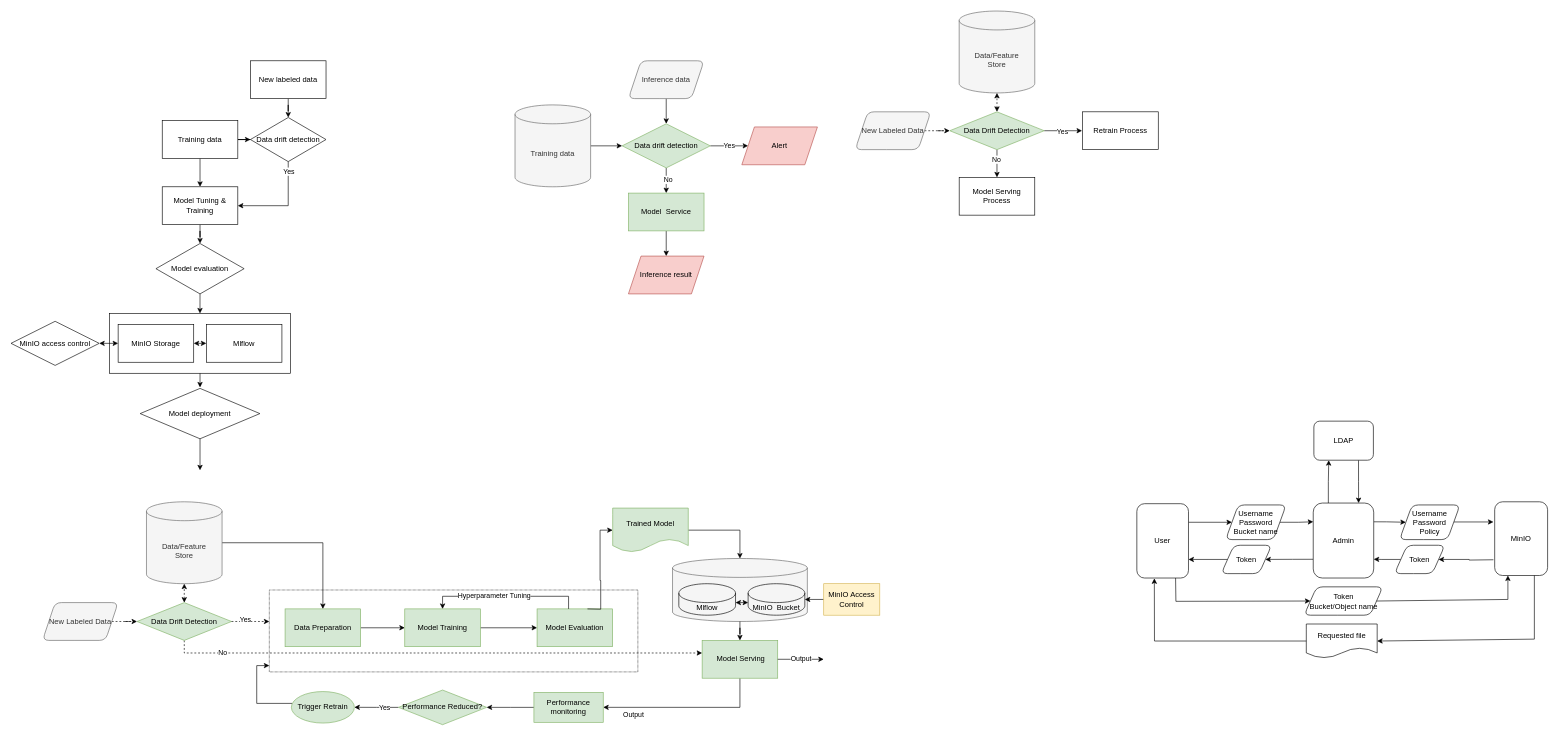
Before: Untitled Diagram.drawio in ZhongNingmou/draw.io, a draw.io diagram. Source tidied: cells renumbered, new cells numbered last; positions are measured from the earlier drawing's top-left corner, leaving out a move shared by most shapes. Both pictures are drawn from the tidied source at 63%, with x=0, y=0 at pixel (11, 11).
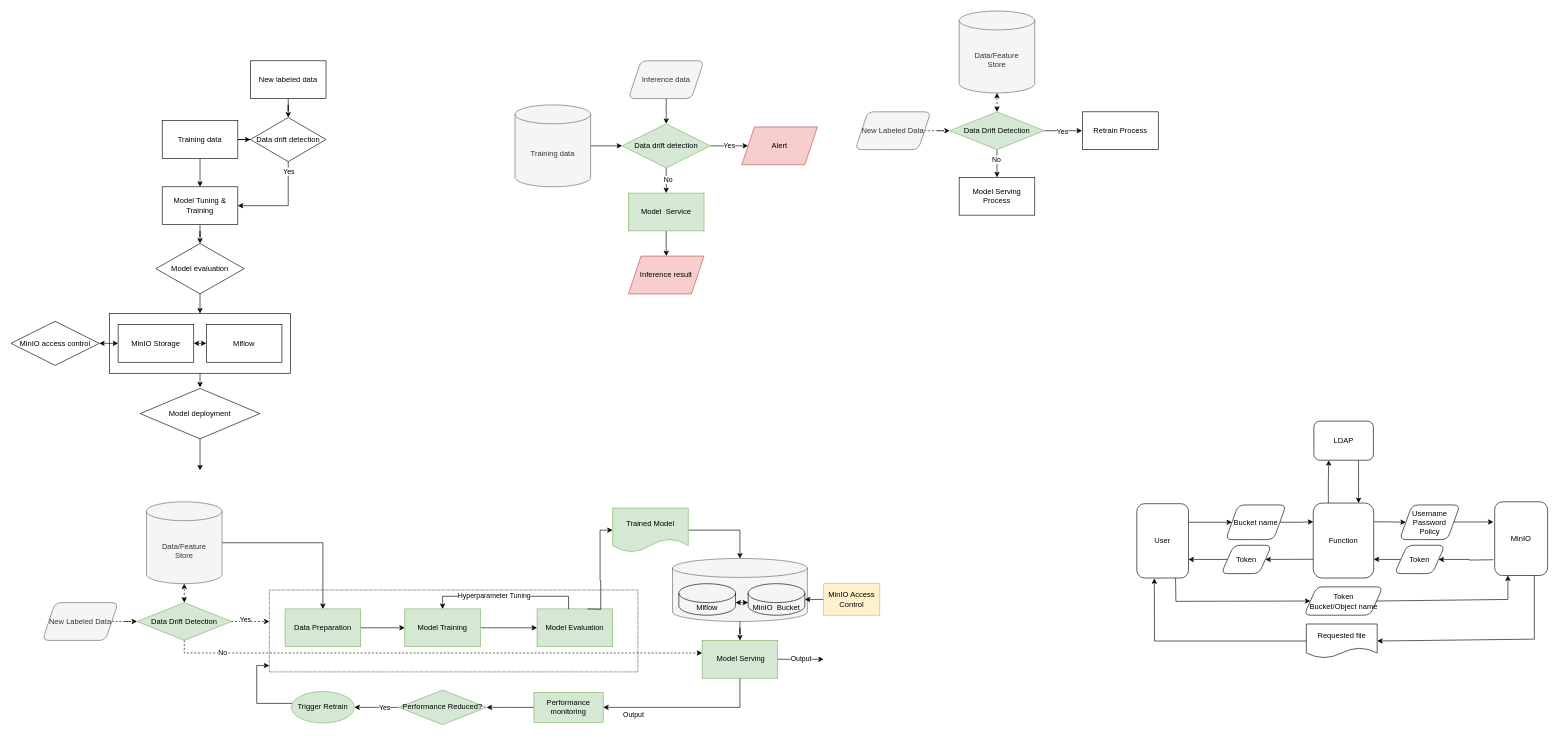
After the change.

Commit message:
update minio with ldap diagram

Diff of the diagram source:
```diff
@@
-    <mxCell id="90" value="Admin" style="rounded=1;whiteSpace=wrap;html=1;" parent="1" vertex="1">
+    <mxCell id="90" value="Function" style="rounded=1;whiteSpace=wrap;html=1;" parent="1" vertex="1">
       <mxGeometry x="2067" y="781" width="96" height="119" as="geometry" />
     </mxCell>
@@
-    <mxCell id="96" value="Username&lt;br&gt;Password&lt;br&gt;Bucket name" style="shape=parallelogram;perimeter=parallelogramPerimeter;whiteSpace=wrap;html=1;fixedSize=1;rounded=1;" parent="1" vertex="1">
+    <mxCell id="96" value="Bucket name" style="shape=parallelogram;perimeter=parallelogramPerimeter;whiteSpace=wrap;html=1;fixedSize=1;rounded=1;" parent="1" vertex="1">
       <mxGeometry x="1928" y="784" width="96" height="55" as="geometry" />
     </mxCell>
```
